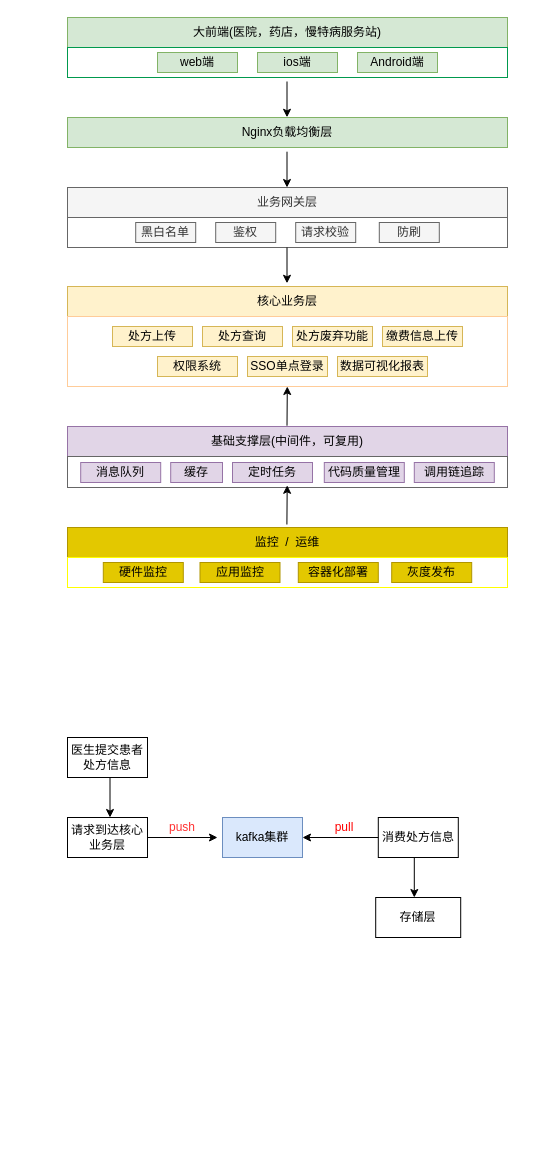
chenrushui/draw keeps this draw.io diagram as Untitled Diagram.drawio. Above is the earlier version. Source tidied: cells renumbered, new cells numbered last; positions are measured from the earlier drawing's top-left corner, leaving out a move shared by most shapes. Both pictures are drawn from the tidied source at 100%, with x=0, y=0 at pixel (67, 17).
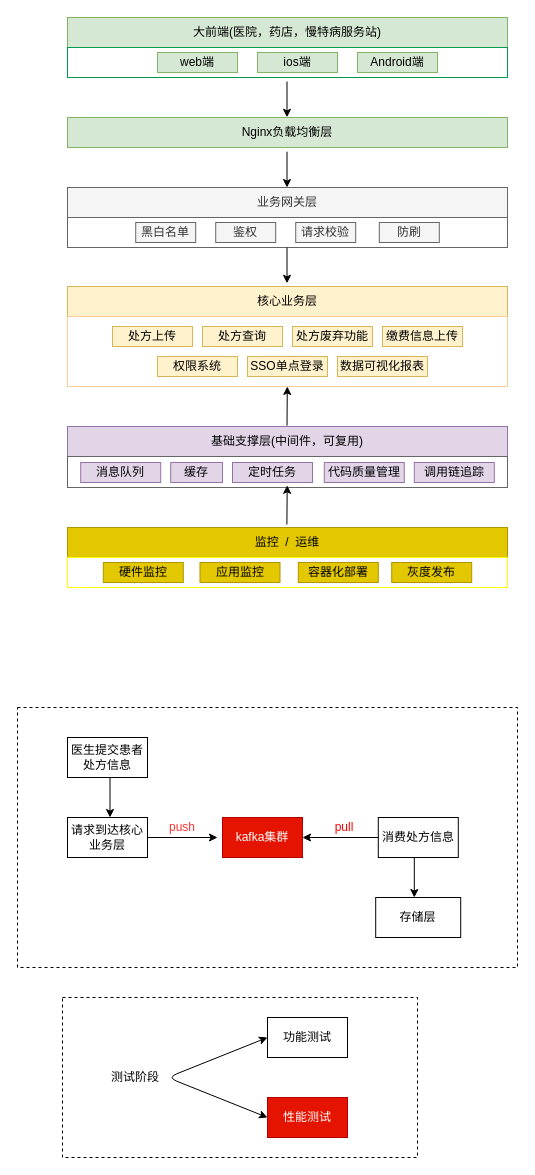
The same diagram, later.

The edit, as a diff of the source:
```diff
@@
+    <mxCell id="52" style="rounded=0;whiteSpace=wrap;html=1;dashed=1;" parent="1" vertex="1">
+      <mxGeometry x="-5" y="980" width="355" height="160" as="geometry" />
+    </mxCell>
+    <mxCell id="53" style="rounded=0;whiteSpace=wrap;html=1;dashed=1;" parent="1" vertex="1">
+      <mxGeometry x="-50" y="690" width="500" height="260" as="geometry" />
+    </mxCell>
@@
-    <mxCell id="41" value="kafka集群" style="rounded=0;whiteSpace=wrap;html=1;fillColor=#dae8fc;strokeColor=#6c8ebf;" parent="1" vertex="1">
+    <mxCell id="41" value="kafka集群" style="rounded=0;whiteSpace=wrap;html=1;fillColor=#e51400;strokeColor=#B20000;fontColor=#ffffff;" parent="1" vertex="1">
       <mxGeometry x="155" y="800" width="80" height="40" as="geometry" />
     </mxCell>
@@
+    <mxCell id="54" value="功能测试" style="rounded=0;whiteSpace=wrap;html=1;" parent="1" vertex="1">
+      <mxGeometry x="200" y="1000" width="80" height="40" as="geometry" />
+    </mxCell>
+    <mxCell id="55" value="性能测试" style="rounded=0;whiteSpace=wrap;html=1;fillColor=#e51400;strokeColor=#B20000;fontColor=#ffffff;" parent="1" vertex="1">
+      <mxGeometry x="200" y="1080" width="80" height="40" as="geometry" />
+    </mxCell>
+    <mxCell id="56" style="endArrow=classic;startArrow=classic;html=1;entryX=0;entryY=0.5;entryDx=0;entryDy=0;exitX=0;exitY=0.5;exitDx=0;exitDy=0;" parent="1" edge="1" source="55" target="54">
+      <mxGeometry relative="1" as="geometry">
+        <Array as="points">
+          <mxPoint x="100" y="1060" />
+        </Array>
+      </mxGeometry>
+    </mxCell>
+    <mxCell id="57" value="测试阶段" style="text;html=1;strokeColor=none;fillColor=none;align=center;verticalAlign=middle;whiteSpace=wrap;rounded=0;dashed=1;" parent="1" vertex="1">
+      <mxGeometry x="40" y="1050" width="56" height="20" as="geometry" />
+    </mxCell>
```
